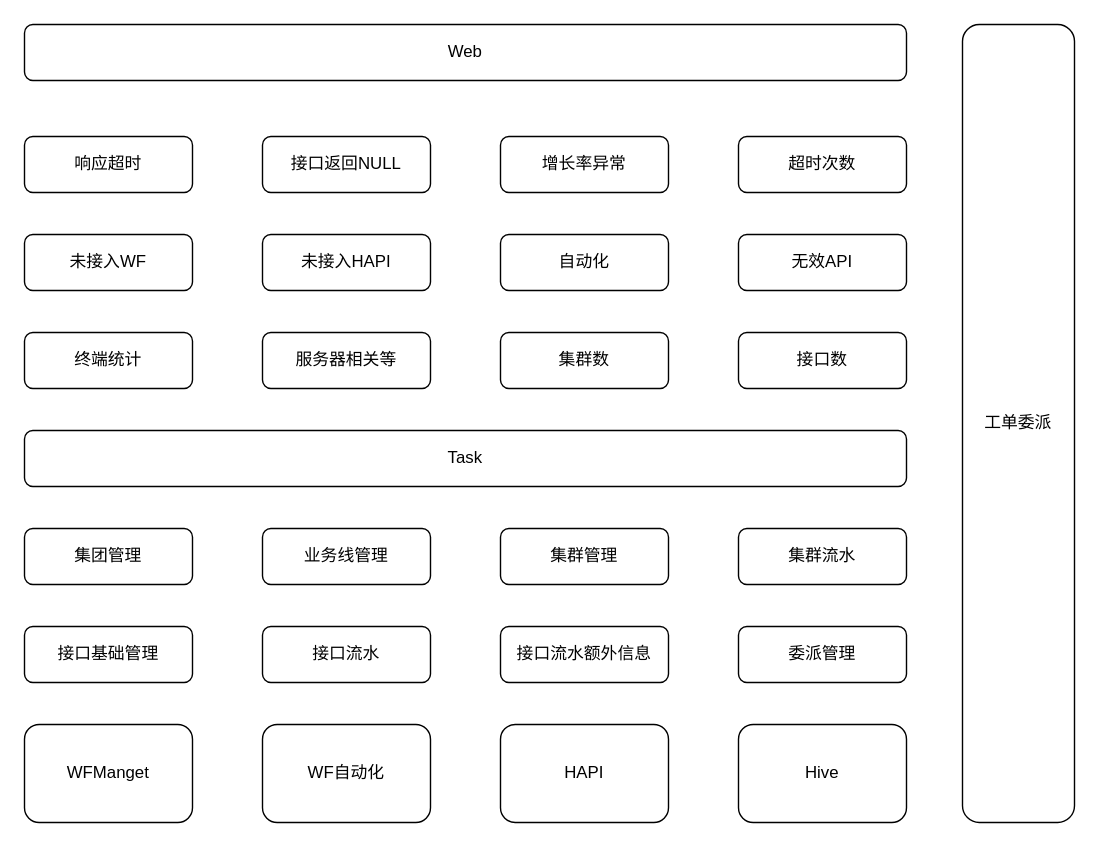
Above: 未命名绘图.drawio in hhls/b-plus-tree (draw.io), before the change. Source tidied: cells renumbered, new cells numbered last; positions are measured from the earlier drawing's top-left corner, leaving out a move shared by most shapes. Both pictures are drawn from the tidied source at 140%, with x=0, y=0 at pixel (24, 24).
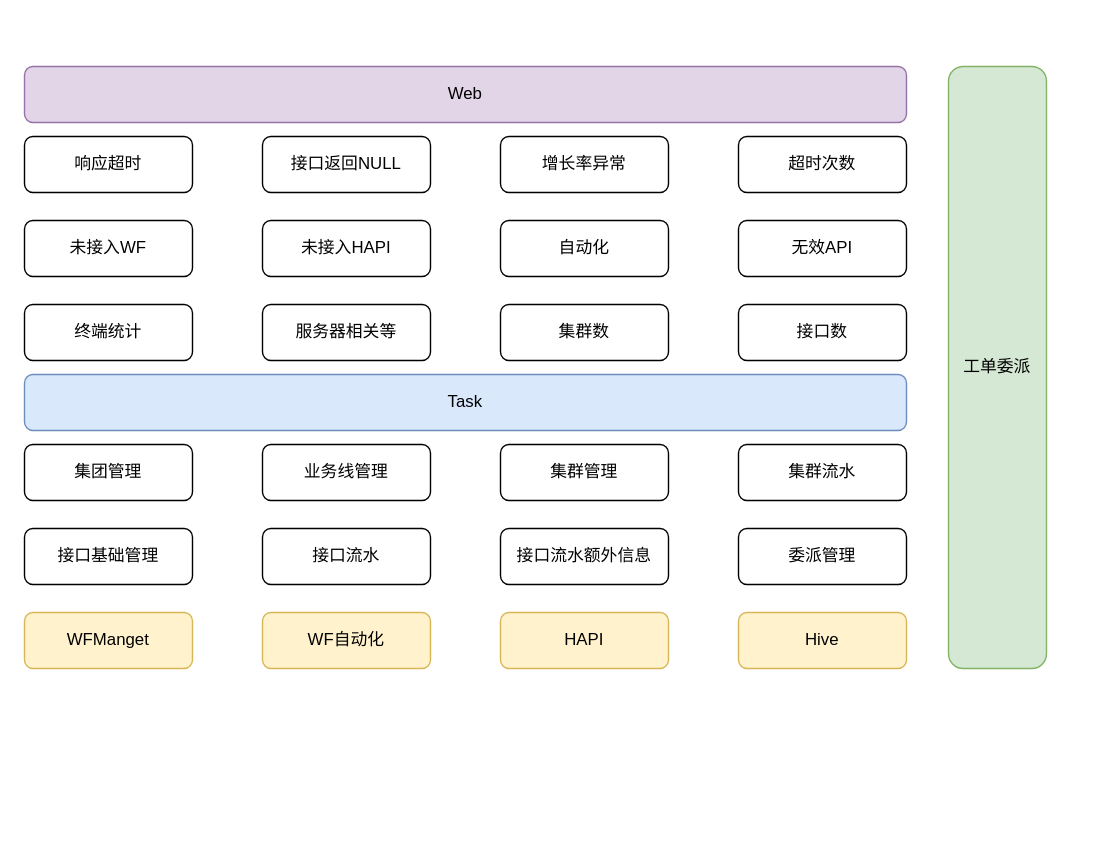
The same diagram, later.

Commit message (it also covers changes not shown here):
更新未命名绘图.drawio

The edit, as a diff of the source:
```diff
@@
     <mxCell id="2" value="集团管理&lt;span style=&quot;white-space: pre&quot;&gt;&lt;/span&gt;" style="rounded=1;whiteSpace=wrap;html=1;" parent="1" vertex="1">
-      <mxGeometry y="360" width="120" height="40" as="geometry" />
+      <mxGeometry y="300" width="120" height="40" as="geometry" />
     </mxCell>
     <mxCell id="3" value="业务线管理" style="rounded=1;whiteSpace=wrap;html=1;" parent="1" vertex="1">
-      <mxGeometry x="170" y="360" width="120" height="40" as="geometry" />
+      <mxGeometry x="170" y="300" width="120" height="40" as="geometry" />
     </mxCell>
     <mxCell id="4" value="集群管理" style="rounded=1;whiteSpace=wrap;html=1;" parent="1" vertex="1">
-      <mxGeometry x="340" y="360" width="120" height="40" as="geometry" />
+      <mxGeometry x="340" y="300" width="120" height="40" as="geometry" />
     </mxCell>
     <mxCell id="5" value="集群流水" style="rounded=1;whiteSpace=wrap;html=1;" parent="1" vertex="1">
-      <mxGeometry x="510" y="360" width="120" height="40" as="geometry" />
+      <mxGeometry x="510" y="300" width="120" height="40" as="geometry" />
     </mxCell>
     <mxCell id="6" value="接口基础管理" style="rounded=1;whiteSpace=wrap;html=1;" parent="1" vertex="1">
-      <mxGeometry y="430" width="120" height="40" as="geometry" />
+      <mxGeometry y="360" width="120" height="40" as="geometry" />
     </mxCell>
     <mxCell id="7" value="接口流水" style="rounded=1;whiteSpace=wrap;html=1;" parent="1" vertex="1">
-      <mxGeometry x="170" y="430" width="120" height="40" as="geometry" />
+      <mxGeometry x="170" y="360" width="120" height="40" as="geometry" />
     </mxCell>
     <mxCell id="8" value="接口流水额外信息" style="rounded=1;whiteSpace=wrap;html=1;" parent="1" vertex="1">
-      <mxGeometry x="340" y="430" width="120" height="40" as="geometry" />
+      <mxGeometry x="340" y="360" width="120" height="40" as="geometry" />
     </mxCell>
     <mxCell id="9" value="委派管理" style="rounded=1;whiteSpace=wrap;html=1;" parent="1" vertex="1">
-      <mxGeometry x="510" y="430" width="120" height="40" as="geometry" />
+      <mxGeometry x="510" y="360" width="120" height="40" as="geometry" />
     </mxCell>
-    <mxCell id="10" value="Task&lt;span style=&quot;white-space: pre&quot;&gt;&lt;/span&gt;" style="rounded=1;whiteSpace=wrap;html=1;" parent="1" vertex="1">
-      <mxGeometry y="290" width="630" height="40" as="geometry" />
+    <mxCell id="10" value="Task&lt;span style=&quot;white-space: pre&quot;&gt;&lt;/span&gt;" style="rounded=1;whiteSpace=wrap;html=1;fillColor=#dae8fc;strokeColor=#6c8ebf;" parent="1" vertex="1">
+      <mxGeometry y="250" width="630" height="40" as="geometry" />
     </mxCell>
-    <mxCell id="11" value="WFManget" style="rounded=1;whiteSpace=wrap;html=1;" parent="1" vertex="1">
-      <mxGeometry y="500" width="120" height="70" as="geometry" />
+    <mxCell id="11" value="WFManget" style="rounded=1;whiteSpace=wrap;html=1;fillColor=#fff2cc;strokeColor=#d6b656;" parent="1" vertex="1">
+      <mxGeometry y="420" width="120" height="40" as="geometry" />
     </mxCell>
-    <mxCell id="12" value="WF自动化" style="rounded=1;whiteSpace=wrap;html=1;" parent="1" vertex="1">
-      <mxGeometry x="170" y="500" width="120" height="70" as="geometry" />
+    <mxCell id="12" value="WF自动化" style="rounded=1;whiteSpace=wrap;html=1;fillColor=#fff2cc;strokeColor=#d6b656;" parent="1" vertex="1">
+      <mxGeometry x="170" y="420" width="120" height="40" as="geometry" />
     </mxCell>
-    <mxCell id="13" value="Hive" style="rounded=1;whiteSpace=wrap;html=1;" parent="1" vertex="1">
-      <mxGeometry x="510" y="500" width="120" height="70" as="geometry" />
+    <mxCell id="13" value="Hive" style="rounded=1;whiteSpace=wrap;html=1;fillColor=#fff2cc;strokeColor=#d6b656;" parent="1" vertex="1">
+      <mxGeometry x="510" y="420" width="120" height="40" as="geometry" />
     </mxCell>
-    <mxCell id="14" value="HAPI" style="rounded=1;whiteSpace=wrap;html=1;" parent="1" vertex="1">
-      <mxGeometry x="340" y="500" width="120" height="70" as="geometry" />
+    <mxCell id="14" value="HAPI" style="rounded=1;whiteSpace=wrap;html=1;fillColor=#fff2cc;strokeColor=#d6b656;" parent="1" vertex="1">
+      <mxGeometry x="340" y="420" width="120" height="40" as="geometry" />
     </mxCell>
     <mxCell id="15" value="未接入WF" style="rounded=1;whiteSpace=wrap;html=1;" parent="1" vertex="1">
-      <mxGeometry y="150" width="120" height="40" as="geometry" />
+      <mxGeometry y="140" width="120" height="40" as="geometry" />
     </mxCell>
     <mxCell id="16" value="无效API" style="rounded=1;whiteSpace=wrap;html=1;" parent="1" vertex="1">
-      <mxGeometry x="510" y="150" width="120" height="40" as="geometry" />
+      <mxGeometry x="510" y="140" width="120" height="40" as="geometry" />
     </mxCell>
     <mxCell id="17" value="集群数" style="rounded=1;whiteSpace=wrap;html=1;" parent="1" vertex="1">
-      <mxGeometry x="340" y="220" width="120" height="40" as="geometry" />
+      <mxGeometry x="340" y="200" width="120" height="40" as="geometry" />
     </mxCell>
     <mxCell id="18" value="接口数" style="rounded=1;whiteSpace=wrap;html=1;" parent="1" vertex="1">
-      <mxGeometry x="510" y="220" width="120" height="40" as="geometry" />
+      <mxGeometry x="510" y="200" width="120" height="40" as="geometry" />
     </mxCell>
@@
     <mxCell id="20" value="未接入HAPI" style="rounded=1;whiteSpace=wrap;html=1;" parent="1" vertex="1">
-      <mxGeometry x="170" y="150" width="120" height="40" as="geometry" />
+      <mxGeometry x="170" y="140" width="120" height="40" as="geometry" />
     </mxCell>
     <mxCell id="21" value="自动化" style="rounded=1;whiteSpace=wrap;html=1;" parent="1" vertex="1">
-      <mxGeometry x="340" y="150" width="120" height="40" as="geometry" />
+      <mxGeometry x="340" y="140" width="120" height="40" as="geometry" />
     </mxCell>
     <mxCell id="22" value="服务器相关等" style="rounded=1;whiteSpace=wrap;html=1;" parent="1" vertex="1">
-      <mxGeometry x="170" y="220" width="120" height="40" as="geometry" />
+      <mxGeometry x="170" y="200" width="120" height="40" as="geometry" />
     </mxCell>
     <mxCell id="23" value="终端统计" style="rounded=1;whiteSpace=wrap;html=1;" parent="1" vertex="1">
-      <mxGeometry y="220" width="120" height="40" as="geometry" />
+      <mxGeometry y="200" width="120" height="40" as="geometry" />
     </mxCell>
@@
-    <mxCell id="27" value="Web&lt;span style=&quot;white-space: pre&quot;&gt;&lt;/span&gt;" style="rounded=1;whiteSpace=wrap;html=1;" parent="1" vertex="1">
-      <mxGeometry width="630" height="40" as="geometry" />
+    <mxCell id="27" value="Web&lt;span style=&quot;white-space: pre&quot;&gt;&lt;/span&gt;" style="rounded=1;whiteSpace=wrap;html=1;fillColor=#e1d5e7;strokeColor=#9673a6;" parent="1" vertex="1">
+      <mxGeometry y="30" width="630" height="40" as="geometry" />
     </mxCell>
-    <mxCell id="28" value="工单委派" style="rounded=1;whiteSpace=wrap;html=1;" parent="1" vertex="1">
-      <mxGeometry x="670" width="80" height="570" as="geometry" />
+    <mxCell id="28" value="工单委派" style="rounded=1;whiteSpace=wrap;html=1;fillColor=#d5e8d4;strokeColor=#82b366;" parent="1" vertex="1">
+      <mxGeometry x="660" y="30" width="70" height="430" as="geometry" />
     </mxCell>
```
